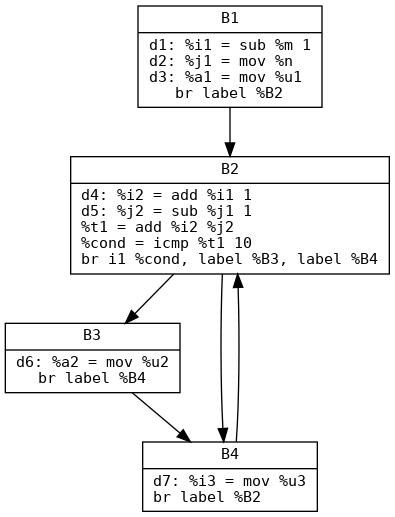
Earlier version of the Graphviz export cfg.png (terriyu88-maker/reaching-defs). Its source is kept beside it as cfg.dot.
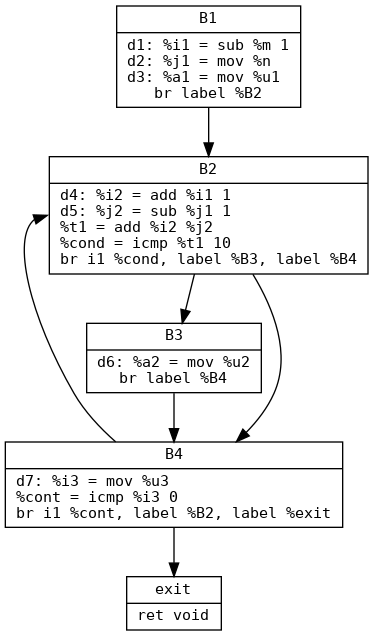
The same file after the commit.

What changed in the source:
```diff
@@ -6,11 +6,13 @@
   "B1" [label="{B1 | d1: %i1 = sub %m 1\ld2: %j1 = mov %n\ld3: %a1 = mov %u1\lbr label %B2}"];
   "B2" [label="{B2 | d4: %i2 = add %i1 1\ld5: %j2 = sub %j1 1\l%t1 = add %i2 %j2\l%cond = icmp %t1 10\lbr i1 %cond, label %B3, label %B4}"];
   "B3" [label="{B3 | d6: %a2 = mov %u2\lbr label %B4}"];
-  "B4" [label="{B4 | d7: %i3 = mov %u3\lbr label %B2\l}"];
+  "B4" [label="{B4 | d7: %i3 = mov %u3\l%cont = icmp %i3 0\lbr i1 %cont, label %B2, label %exit}"];
+  "exit" [label="{exit | ret void\l}"];
 
   "B1" -> "B2";
   "B2" -> "B3";
   "B2" -> "B4";
   "B3" -> "B4";
-  "B4" -> "B2";
+  "B4" -> "B2":w [constraint=true];
+  "B4" -> "exit";
 }
```
